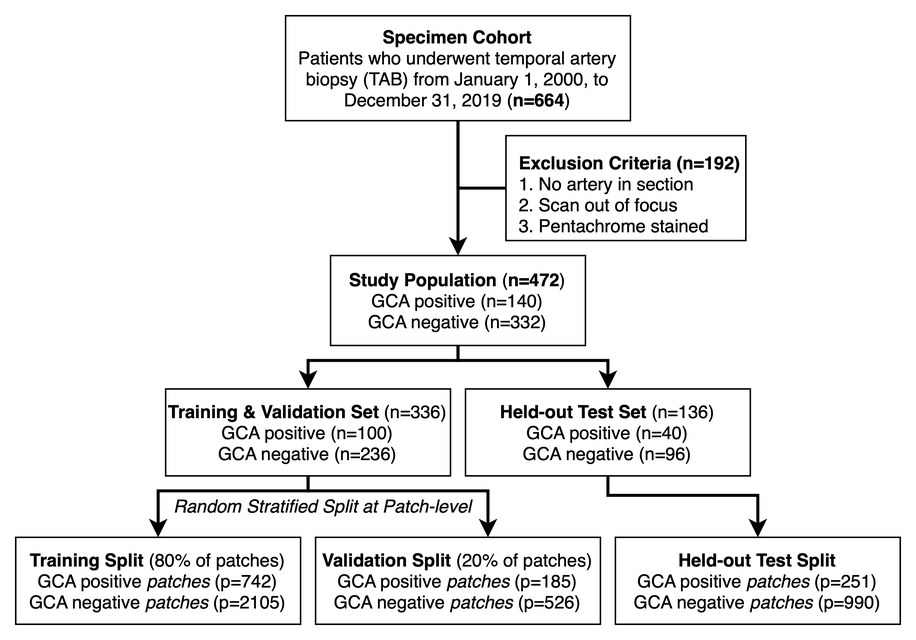
karthik-d/gca-detection-tab-slides keeps this draw.io diagram as assets/study-design.png. Above is the earlier version. Source tidied: cells renumbered, new cells last; positions are measured from the earlier drawing's top-left corner, leaving out a move shared by most shapes.
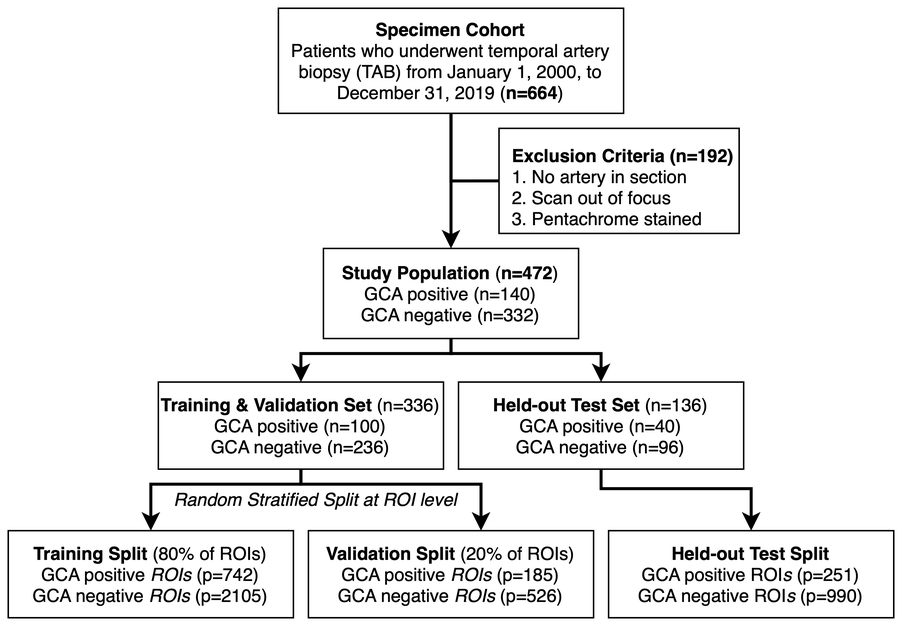
Later version of the same file.

Commit message:
study design figure updated

Change to the diagram source:
```diff
@@ -63,16 +63,16 @@
     <mxCell id="13" value="&lt;div&gt;&lt;b&gt;Held-out Test Set &lt;/b&gt;(n=136)&lt;div&gt;GCA positive (n=40)&lt;br&gt;&lt;/div&gt;GCA negative (n=96)&lt;/div&gt;" style="rounded=0;whiteSpace=wrap;html=1;" parent="1" vertex="1">
       <mxGeometry x="300" y="249" width="190" height="58" as="geometry" />
     </mxCell>
-    <mxCell id="14" value="&lt;b&gt;Training Split &lt;/b&gt;(80% of patches)&lt;br&gt;&lt;b&gt;&lt;/b&gt;&lt;div&gt;GCA positive &lt;i&gt;patches&lt;/i&gt; (p=742)&lt;br&gt;&lt;/div&gt;GCA negative &lt;i&gt;patches&lt;/i&gt; (p=2105)" style="rounded=0;whiteSpace=wrap;html=1;" parent="1" vertex="1">
+    <mxCell id="14" value="&lt;b&gt;Training Split &lt;/b&gt;(80% of ROIs)&lt;br&gt;&lt;b&gt;&lt;/b&gt;&lt;div&gt;GCA positive &lt;i&gt;ROIs&lt;/i&gt;&amp;nbsp;(p=742)&lt;br&gt;&lt;/div&gt;GCA negative &lt;i&gt;ROIs&lt;/i&gt;&amp;nbsp;(p=2105)" style="rounded=0;whiteSpace=wrap;html=1;" parent="1" vertex="1">
       <mxGeometry y="348" width="190" height="58" as="geometry" />
     </mxCell>
-    <mxCell id="15" value="&lt;b&gt;Validation Split &lt;/b&gt;(20% of patches)&lt;b&gt;&lt;br&gt;&lt;/b&gt;&lt;div&gt;GCA positive &lt;i&gt;patches&lt;/i&gt; (p=185)&lt;br&gt;&lt;/div&gt;GCA negative &lt;i&gt;patches&lt;/i&gt; (p=526)" style="rounded=0;whiteSpace=wrap;html=1;" parent="1" vertex="1">
+    <mxCell id="15" value="&lt;b&gt;Validation Split &lt;/b&gt;(20% of ROIs)&lt;b&gt;&lt;br&gt;&lt;/b&gt;&lt;div&gt;GCA positive &lt;i&gt;ROIs&lt;/i&gt;&amp;nbsp;(p=185)&lt;br&gt;&lt;/div&gt;GCA negative &lt;i&gt;ROIs&lt;/i&gt;&amp;nbsp;(p=526)" style="rounded=0;whiteSpace=wrap;html=1;" parent="1" vertex="1">
       <mxGeometry x="200" y="348" width="190" height="58" as="geometry" />
     </mxCell>
-    <mxCell id="16" value="&lt;i&gt;Random Stratified Split at Patch-level&lt;/i&gt;" style="text;html=1;strokeColor=none;fillColor=none;align=center;verticalAlign=middle;whiteSpace=wrap;rounded=0;fontSize=12;" parent="1" vertex="1">
+    <mxCell id="16" value="&lt;i&gt;Random Stratified Split at ROI level&lt;/i&gt;" style="text;html=1;strokeColor=none;fillColor=none;align=center;verticalAlign=middle;whiteSpace=wrap;rounded=0;fontSize=12;" parent="1" vertex="1">
       <mxGeometry x="100" y="317" width="210" height="20" as="geometry" />
     </mxCell>
-    <mxCell id="17" value="&lt;b&gt;Held-out Test Split&lt;/b&gt;&lt;b&gt;&lt;br&gt;&lt;/b&gt;&lt;div&gt;GCA positive &lt;i&gt;patches&lt;/i&gt; (p=251)&lt;br&gt;&lt;/div&gt;GCA negative &lt;i&gt;patches&lt;/i&gt; (p=990)" style="rounded=0;whiteSpace=wrap;html=1;" parent="1" vertex="1">
+    <mxCell id="17" value="&lt;b&gt;Held-out Test Split&lt;/b&gt;&lt;b&gt;&lt;br&gt;&lt;/b&gt;&lt;div&gt;GCA positive ROI&lt;i&gt;s&lt;/i&gt; (p=251)&lt;br&gt;&lt;/div&gt;GCA negative ROI&lt;i&gt;s&lt;/i&gt; (p=990)" style="rounded=0;whiteSpace=wrap;html=1;" parent="1" vertex="1">
       <mxGeometry x="400" y="348" width="190" height="58" as="geometry" />
     </mxCell>
   </root>
```
